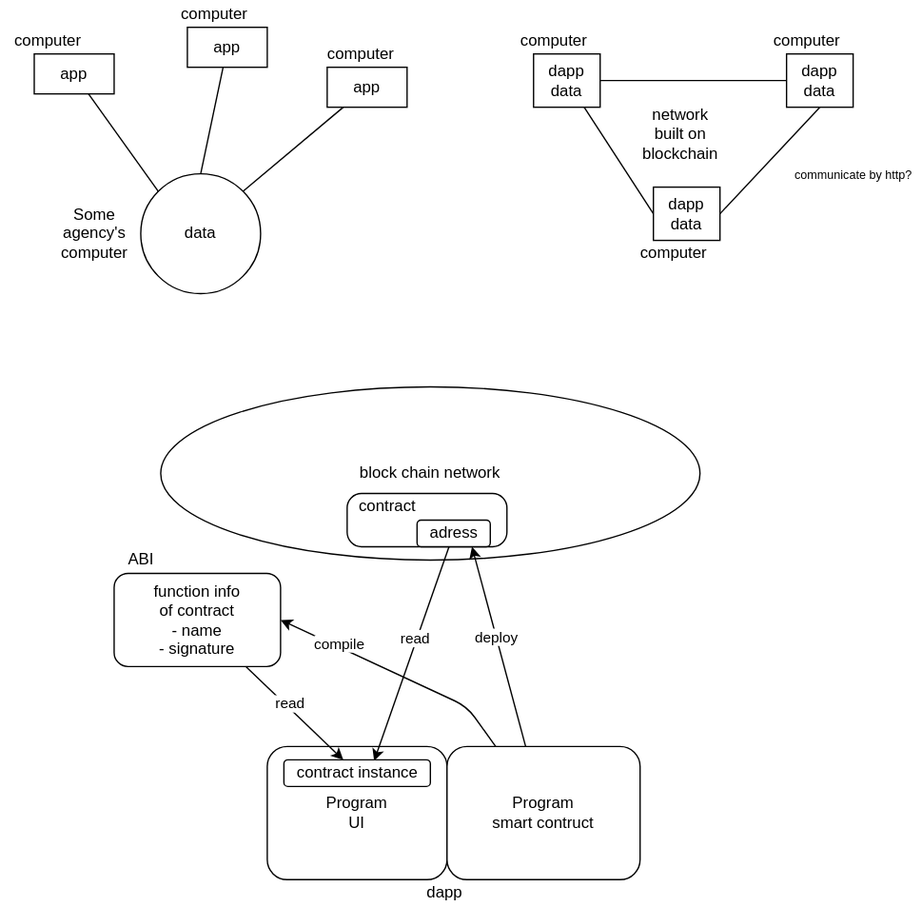
ryojiroakiyama/Web3Lab keeps this draw.io diagram as dapp.drawio.svg. Above is the earlier version. Source tidied: cells renumbered, new cells last; positions are measured from the earlier drawing's top-left corner, leaving out a move shared by most shapes.
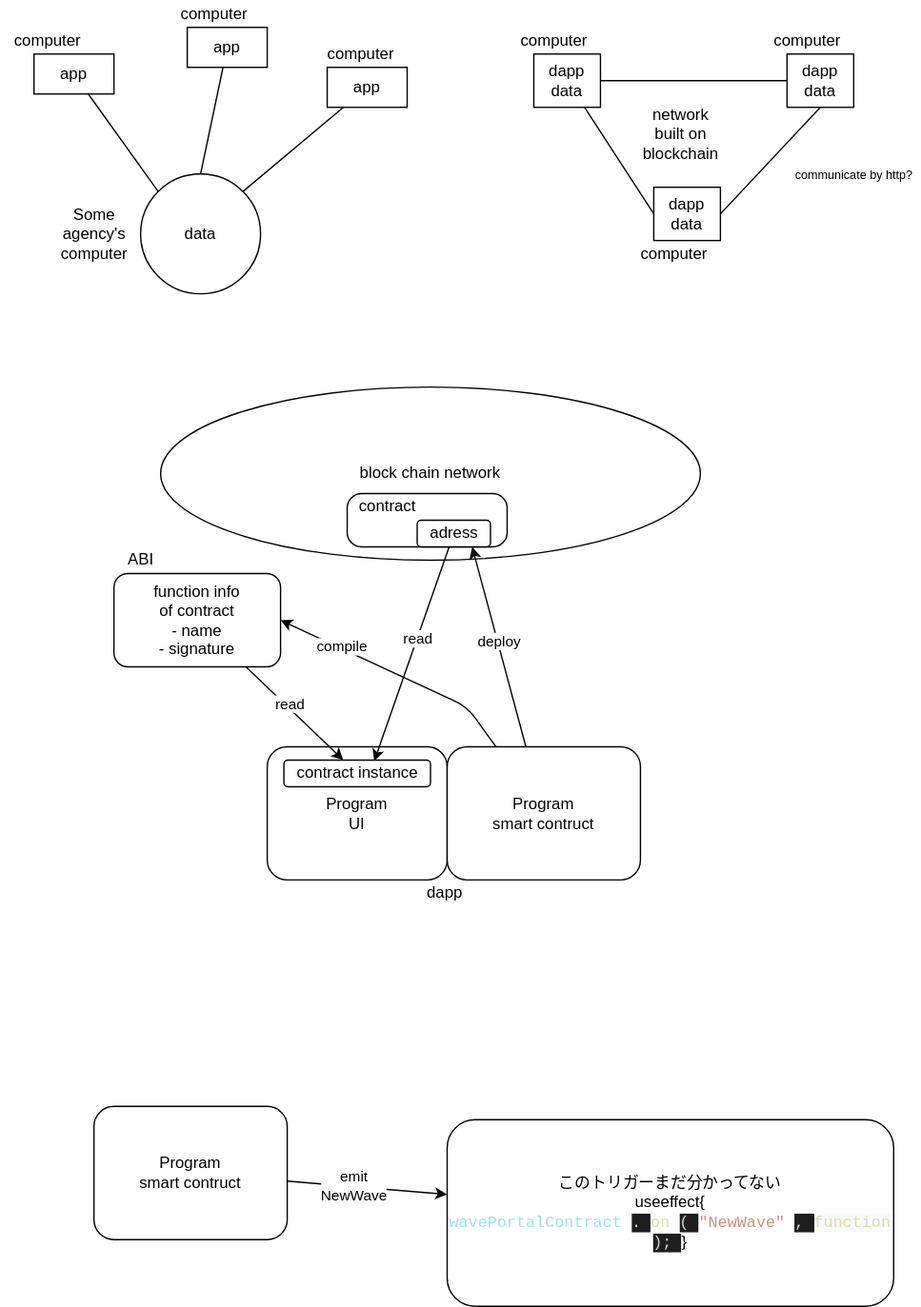
The same diagram one commit later.

Commit message:
note: contract emit

What changed in the source:
```diff
@@ -126,5 +126,17 @@
     <mxCell id="41" value="&lt;span&gt;contract&lt;/span&gt;" style="text;html=1;align=center;verticalAlign=middle;strokeColor=none;fillColor=none;" parent="1" vertex="1">
       <mxGeometry x="260" y="370" width="60" height="20" as="geometry" />
     </mxCell>
+    <mxCell id="42" value="このトリガーまだ分かってない&lt;br&gt;useeffect{&lt;br&gt;&lt;span style=&quot;font-family: &amp;#34;menlo&amp;#34; , &amp;#34;monaco&amp;#34; , &amp;#34;courier new&amp;#34; , monospace ; color: rgb(156 , 220 , 254)&quot;&gt;wavePortalContract&lt;/span&gt;&lt;span style=&quot;background-color: rgb(30 , 30 , 30) ; color: rgb(212 , 212 , 212) ; font-family: &amp;#34;menlo&amp;#34; , &amp;#34;monaco&amp;#34; , &amp;#34;courier new&amp;#34; , monospace&quot;&gt;.&lt;/span&gt;&lt;span style=&quot;font-family: &amp;#34;menlo&amp;#34; , &amp;#34;monaco&amp;#34; , &amp;#34;courier new&amp;#34; , monospace ; color: rgb(220 , 220 , 170)&quot;&gt;on&lt;/span&gt;&lt;span style=&quot;background-color: rgb(30 , 30 , 30) ; color: rgb(212 , 212 , 212) ; font-family: &amp;#34;menlo&amp;#34; , &amp;#34;monaco&amp;#34; , &amp;#34;courier new&amp;#34; , monospace&quot;&gt;(&lt;/span&gt;&lt;span style=&quot;font-family: &amp;#34;menlo&amp;#34; , &amp;#34;monaco&amp;#34; , &amp;#34;courier new&amp;#34; , monospace ; color: rgb(206 , 145 , 120)&quot;&gt;&quot;NewWave&quot;&lt;/span&gt;&lt;span style=&quot;background-color: rgb(30 , 30 , 30) ; color: rgb(212 , 212 , 212) ; font-family: &amp;#34;menlo&amp;#34; , &amp;#34;monaco&amp;#34; , &amp;#34;courier new&amp;#34; , monospace&quot;&gt;, &lt;/span&gt;&lt;span style=&quot;font-family: &amp;#34;menlo&amp;#34; , &amp;#34;monaco&amp;#34; , &amp;#34;courier new&amp;#34; , monospace ; background-color: rgb(248 , 249 , 250)&quot;&gt;&lt;font color=&quot;#dcdcaa&quot;&gt;function&lt;/font&gt;&lt;/span&gt;&lt;span style=&quot;background-color: rgb(30 , 30 , 30) ; color: rgb(212 , 212 , 212) ; font-family: &amp;#34;menlo&amp;#34; , &amp;#34;monaco&amp;#34; , &amp;#34;courier new&amp;#34; , monospace&quot;&gt;);&lt;/span&gt;}" style="rounded=1;whiteSpace=wrap;html=1;" parent="1" vertex="1">
+      <mxGeometry x="335" y="840" width="335" height="140" as="geometry" />
+    </mxCell>
+    <mxCell id="43" style="edgeStyle=none;html=1;" parent="1" edge="1" source="45" target="42">
+      <mxGeometry relative="1" as="geometry" />
+    </mxCell>
+    <mxCell id="44" value="emit&lt;br&gt;NewWave" style="edgeLabel;html=1;align=center;verticalAlign=middle;" parent="43" vertex="1">
+      <mxGeometry x="-0.17" y="2" relative="1" as="geometry" />
+    </mxCell>
+    <mxCell id="45" value="Program&lt;br&gt;smart contruct" style="rounded=1;whiteSpace=wrap;html=1;" parent="1" vertex="1">
+      <mxGeometry x="70" y="830" width="145" height="100" as="geometry" />
+    </mxCell>
   </root>
 </mxGraphModel>
```
